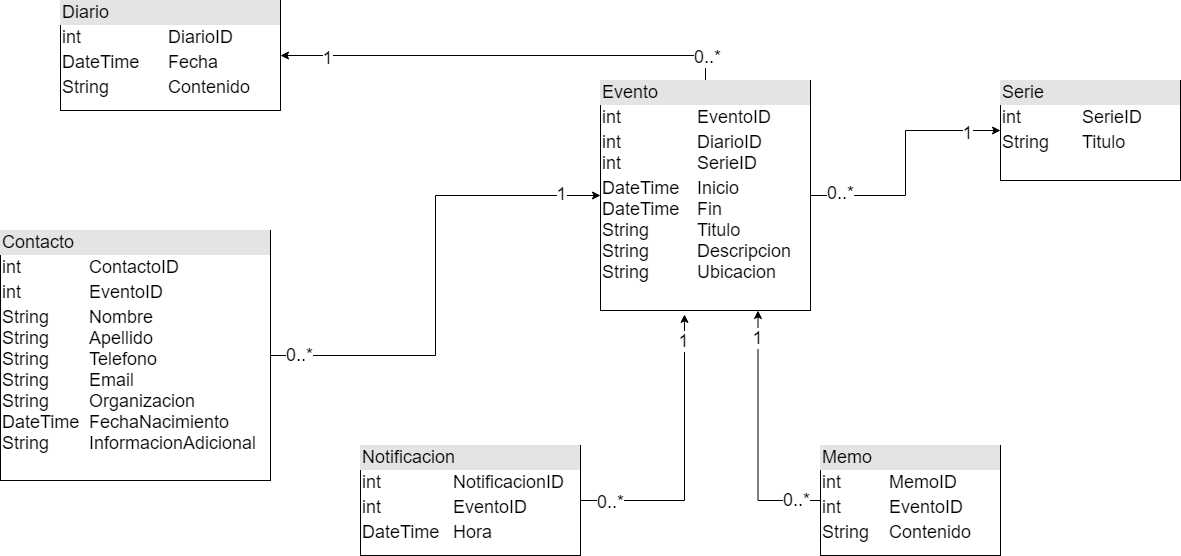
Earlier version of the draw.io export BD_Hiriart-Corales_v1.png (LuisCorales/personalschedule-mvc-dotnet). Source tidied: cells renumbered, new cells last; positions are measured from the earlier drawing's top-left corner, leaving out a move shared by most shapes.
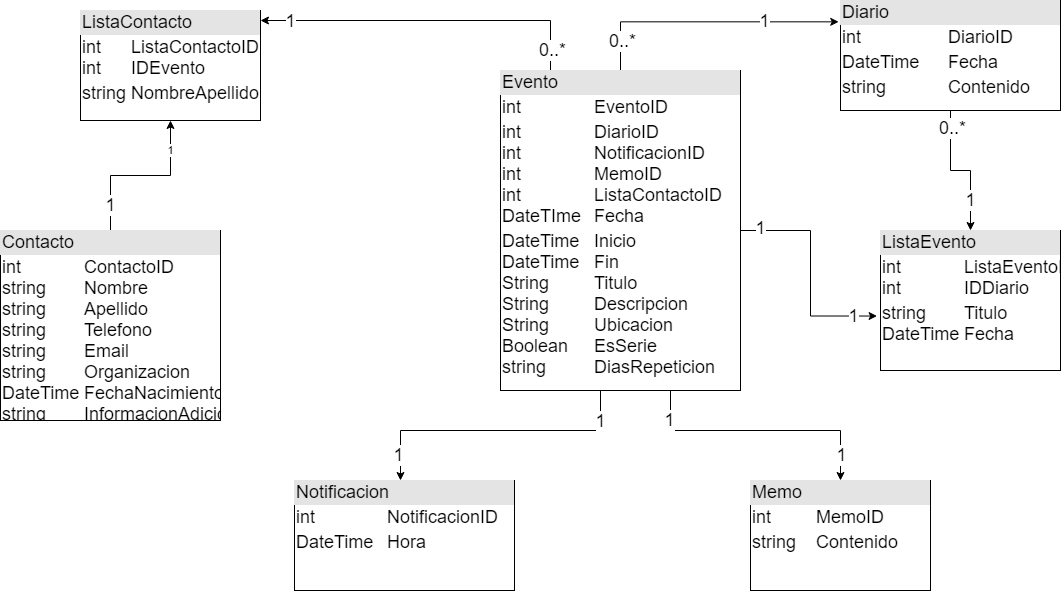
After the commit.

The edit, as a diff of the source:
```diff
@@ -2,72 +2,121 @@
   <root>
     <mxCell id="0" />
     <mxCell id="1" parent="0" />
-    <mxCell id="2" style="edgeStyle=orthogonalEdgeStyle;rounded=0;jettySize=auto;html=1;entryX=0;entryY=0.5;entryDx=0;entryDy=0;fontSize=18;" parent="1" edge="1" source="5" target="20">
-      <mxGeometry relative="1" as="geometry" />
-    </mxCell>
-    <mxCell id="3" value="0..*" style="edgeLabel;html=1;align=center;verticalAlign=middle;fontSize=18;" parent="2" vertex="1">
-      <mxGeometry x="-0.88" y="1" relative="1" as="geometry" />
-    </mxCell>
-    <mxCell id="4" value="1" style="edgeLabel;html=1;align=center;verticalAlign=middle;fontSize=18;" parent="2" vertex="1">
-      <mxGeometry x="0.84" y="2" relative="1" as="geometry" />
-    </mxCell>
-    <mxCell id="5" value="&lt;div style=&quot;box-sizing: border-box ; width: 100% ; background: #e4e4e4 ; padding: 2px&quot;&gt;Contacto&lt;/div&gt;&lt;table style=&quot;width: 100% ; font-size: 1em&quot; cellpadding=&quot;2&quot; cellspacing=&quot;0&quot;&gt;&lt;tbody&gt;&lt;tr&gt;&lt;td&gt;int&lt;/td&gt;&lt;td&gt;ContactoID&lt;/td&gt;&lt;/tr&gt;&lt;tr&gt;&lt;td&gt;int&lt;/td&gt;&lt;td&gt;EventoID&lt;/td&gt;&lt;/tr&gt;&lt;tr&gt;&lt;td&gt;String&lt;br&gt;String&lt;br&gt;String&lt;br&gt;String&lt;br&gt;String&lt;br&gt;DateTime&lt;br&gt;String&lt;/td&gt;&lt;td&gt;Nombre&lt;br&gt;Apellido&lt;br&gt;Telefono&lt;br&gt;Email&lt;br&gt;Organizacion&lt;br&gt;FechaNacimiento&lt;br&gt;InformacionAdicional&lt;/td&gt;&lt;/tr&gt;&lt;/tbody&gt;&lt;/table&gt;" style="verticalAlign=top;align=left;overflow=fill;html=1;fontSize=18;" parent="1" vertex="1">
-      <mxGeometry y="230" width="270" height="250" as="geometry" />
-    </mxCell>
-    <mxCell id="6" style="edgeStyle=orthogonalEdgeStyle;rounded=0;jettySize=auto;html=1;entryX=0.75;entryY=1;entryDx=0;entryDy=0;fontSize=18;" parent="1" edge="1" source="9" target="20">
-      <mxGeometry relative="1" as="geometry" />
-    </mxCell>
-    <mxCell id="7" value="0..*" style="edgeLabel;html=1;align=center;verticalAlign=middle;fontSize=18;" parent="6" vertex="1">
-      <mxGeometry x="-0.8" y="-1" relative="1" as="geometry" />
-    </mxCell>
-    <mxCell id="8" value="1" style="edgeLabel;html=1;align=center;verticalAlign=middle;fontSize=18;" parent="6" vertex="1">
-      <mxGeometry x="0.78" y="1" relative="1" as="geometry" />
-    </mxCell>
-    <mxCell id="9" value="&lt;div style=&quot;box-sizing: border-box ; width: 100% ; background: #e4e4e4 ; padding: 2px&quot;&gt;Memo&lt;/div&gt;&lt;table style=&quot;width: 100% ; font-size: 1em&quot; cellpadding=&quot;2&quot; cellspacing=&quot;0&quot;&gt;&lt;tbody&gt;&lt;tr&gt;&lt;td&gt;int&lt;/td&gt;&lt;td&gt;MemoID&lt;/td&gt;&lt;/tr&gt;&lt;tr&gt;&lt;td&gt;int&lt;/td&gt;&lt;td&gt;EventoID&lt;/td&gt;&lt;/tr&gt;&lt;tr&gt;&lt;td&gt;String&lt;/td&gt;&lt;td&gt;Contenido&lt;/td&gt;&lt;/tr&gt;&lt;/tbody&gt;&lt;/table&gt;" style="verticalAlign=top;align=left;overflow=fill;html=1;fontSize=18;" parent="1" vertex="1">
-      <mxGeometry x="820" y="445" width="180" height="110" as="geometry" />
+    <mxCell id="9" value="&lt;div style=&quot;box-sizing: border-box ; width: 100% ; background: #e4e4e4 ; padding: 2px&quot;&gt;Memo&lt;/div&gt;&lt;table style=&quot;width: 100% ; font-size: 1em&quot; cellpadding=&quot;2&quot; cellspacing=&quot;0&quot;&gt;&lt;tbody&gt;&lt;tr&gt;&lt;td&gt;int&lt;/td&gt;&lt;td&gt;MemoID&lt;/td&gt;&lt;/tr&gt;&lt;tr&gt;&lt;td&gt;string&lt;/td&gt;&lt;td&gt;Contenido&lt;/td&gt;&lt;/tr&gt;&lt;tr&gt;&lt;td&gt;&lt;br&gt;&lt;/td&gt;&lt;td&gt;&lt;br&gt;&lt;/td&gt;&lt;/tr&gt;&lt;/tbody&gt;&lt;/table&gt;" style="verticalAlign=top;align=left;overflow=fill;html=1;fontSize=18;" parent="1" vertex="1">
+      <mxGeometry x="820" y="470" width="180" height="110" as="geometry" />
     </mxCell>
-    <mxCell id="10" style="edgeStyle=orthogonalEdgeStyle;rounded=0;jettySize=auto;html=1;entryX=0.4;entryY=1.017;entryDx=0;entryDy=0;entryPerimeter=0;fontSize=18;" parent="1" edge="1" source="13" target="20">
-      <mxGeometry relative="1" as="geometry" />
-    </mxCell>
-    <mxCell id="11" value="0..*" style="edgeLabel;html=1;align=center;verticalAlign=middle;fontSize=18;" parent="10" vertex="1">
-      <mxGeometry x="-0.8" y="-1" relative="1" as="geometry" />
-    </mxCell>
-    <mxCell id="12" value="1" style="edgeLabel;html=1;align=center;verticalAlign=middle;fontSize=18;" parent="10" vertex="1">
-      <mxGeometry x="0.82" y="2" relative="1" as="geometry" />
-    </mxCell>
-    <mxCell id="13" value="&lt;div style=&quot;box-sizing: border-box ; width: 100% ; background: #e4e4e4 ; padding: 2px&quot;&gt;Notificacion&lt;/div&gt;&lt;table style=&quot;width: 100% ; font-size: 1em&quot; cellpadding=&quot;2&quot; cellspacing=&quot;0&quot;&gt;&lt;tbody&gt;&lt;tr&gt;&lt;td&gt;int&lt;/td&gt;&lt;td&gt;NotificacionID&lt;/td&gt;&lt;/tr&gt;&lt;tr&gt;&lt;td&gt;int&lt;/td&gt;&lt;td&gt;EventoID&lt;/td&gt;&lt;/tr&gt;&lt;tr&gt;&lt;td&gt;DateTime&lt;/td&gt;&lt;td&gt;Hora&lt;/td&gt;&lt;/tr&gt;&lt;/tbody&gt;&lt;/table&gt;" style="verticalAlign=top;align=left;overflow=fill;html=1;fontSize=18;" parent="1" vertex="1">
-      <mxGeometry x="360" y="445" width="220" height="110" as="geometry" />
+    <mxCell id="13" value="&lt;div style=&quot;box-sizing: border-box ; width: 100% ; background: #e4e4e4 ; padding: 2px&quot;&gt;Notificacion&lt;/div&gt;&lt;table style=&quot;width: 100% ; font-size: 1em&quot; cellpadding=&quot;2&quot; cellspacing=&quot;0&quot;&gt;&lt;tbody&gt;&lt;tr&gt;&lt;td&gt;int&lt;/td&gt;&lt;td&gt;NotificacionID&lt;/td&gt;&lt;/tr&gt;&lt;tr&gt;&lt;td&gt;DateTime&lt;/td&gt;&lt;td&gt;Hora&lt;/td&gt;&lt;/tr&gt;&lt;tr&gt;&lt;td&gt;&lt;br&gt;&lt;/td&gt;&lt;td&gt;&lt;br&gt;&lt;/td&gt;&lt;/tr&gt;&lt;/tbody&gt;&lt;/table&gt;" style="verticalAlign=top;align=left;overflow=fill;html=1;fontSize=18;" parent="1" vertex="1">
+      <mxGeometry x="364" y="470" width="220" height="110" as="geometry" />
     </mxCell>
+    <mxCell id="23" style="edgeStyle=orthogonalEdgeStyle;rounded=0;jettySize=auto;html=1;" parent="1" edge="1" source="20" target="13">
+      <mxGeometry relative="1" as="geometry">
+        <Array as="points">
+          <mxPoint x="670" y="420" />
+          <mxPoint x="470" y="420" />
+        </Array>
+      </mxGeometry>
+    </mxCell>
+    <mxCell id="24" value="1" style="edgeLabel;html=1;align=center;verticalAlign=middle;fontSize=18;" parent="23" vertex="1">
+      <mxGeometry x="-0.94" relative="1" as="geometry">
+        <mxPoint y="21" as="offset" />
+      </mxGeometry>
+    </mxCell>
+    <mxCell id="25" value="1" style="edgeLabel;html=1;align=center;verticalAlign=middle;fontSize=18;" parent="23" vertex="1">
+      <mxGeometry x="0.83" y="-2" relative="1" as="geometry" />
+    </mxCell>
+    <mxCell id="26" style="edgeStyle=orthogonalEdgeStyle;rounded=0;jettySize=auto;html=1;entryX=0.5;entryY=0;entryDx=0;entryDy=0;" parent="1" edge="1" source="20" target="9">
+      <mxGeometry relative="1" as="geometry">
+        <Array as="points">
+          <mxPoint x="740" y="420" />
+          <mxPoint x="910" y="420" />
+        </Array>
+      </mxGeometry>
+    </mxCell>
+    <mxCell id="27" value="1" style="edgeLabel;html=1;align=center;verticalAlign=middle;fontSize=18;" parent="26" vertex="1">
+      <mxGeometry x="-0.89" y="-1" relative="1" as="geometry">
+        <mxPoint y="15" as="offset" />
+      </mxGeometry>
+    </mxCell>
+    <mxCell id="28" value="1" style="edgeLabel;html=1;align=center;verticalAlign=middle;fontSize=18;" parent="26" vertex="1">
+      <mxGeometry x="0.8" y="1" relative="1" as="geometry" />
+    </mxCell>
+    <mxCell id="29" style="edgeStyle=orthogonalEdgeStyle;rounded=0;jettySize=auto;html=1;fontSize=18;" parent="1" edge="1" source="20" target="41">
+      <mxGeometry relative="1" as="geometry">
+        <Array as="points">
+          <mxPoint x="620" y="10" />
+        </Array>
+      </mxGeometry>
+    </mxCell>
+    <mxCell id="30" value="1" style="edgeLabel;html=1;align=center;verticalAlign=middle;fontSize=18;" parent="29" vertex="1">
+      <mxGeometry x="0.82" y="1" relative="1" as="geometry" />
+    </mxCell>
+    <mxCell id="31" value="0..*" style="edgeLabel;html=1;align=center;verticalAlign=middle;fontSize=18;" parent="29" vertex="1">
+      <mxGeometry x="-0.91" y="-2" relative="1" as="geometry">
+        <mxPoint y="-5" as="offset" />
+      </mxGeometry>
+    </mxCell>
+    <mxCell id="32" style="edgeStyle=orthogonalEdgeStyle;rounded=0;jettySize=auto;html=1;entryX=-0.019;entryY=0.611;entryDx=0;entryDy=0;entryPerimeter=0;fontSize=18;" parent="1" edge="1" source="20" target="40">
+      <mxGeometry relative="1" as="geometry" />
+    </mxCell>
+    <mxCell id="33" value="1" style="edgeLabel;html=1;align=center;verticalAlign=middle;fontSize=18;" parent="32" vertex="1">
+      <mxGeometry x="-0.83" y="2" relative="1" as="geometry" />
+    </mxCell>
+    <mxCell id="34" value="1" style="edgeLabel;html=1;align=center;verticalAlign=middle;fontSize=18;" parent="32" vertex="1">
+      <mxGeometry x="0.79" relative="1" as="geometry" />
+    </mxCell>
-    <mxCell id="14" style="edgeStyle=orthogonalEdgeStyle;rounded=0;jettySize=auto;html=1;entryX=1;entryY=0.5;entryDx=0;entryDy=0;fontSize=18;" parent="1" edge="1" source="20" target="21">
+    <mxCell id="14" style="edgeStyle=orthogonalEdgeStyle;rounded=0;jettySize=auto;html=1;entryX=-0.008;entryY=0.194;entryDx=0;entryDy=0;entryPerimeter=0;" parent="1" edge="1" source="20" target="21">
       <mxGeometry relative="1" as="geometry">
         <Array as="points">
-          <mxPoint x="705" y="55" />
+          <mxPoint x="690" y="11" />
         </Array>
       </mxGeometry>
     </mxCell>
-    <mxCell id="15" value="0..*" style="edgeLabel;html=1;align=center;verticalAlign=middle;fontSize=18;" parent="14" vertex="1">
-      <mxGeometry x="-0.89" y="-1" relative="1" as="geometry" />
-    </mxCell>
-    <mxCell id="16" value="1" style="edgeLabel;html=1;align=center;verticalAlign=middle;fontSize=18;" parent="14" vertex="1">
-      <mxGeometry x="0.8" y="2" relative="1" as="geometry" />
-    </mxCell>
-    <mxCell id="17" style="edgeStyle=orthogonalEdgeStyle;rounded=0;jettySize=auto;html=1;entryX=0;entryY=0.5;entryDx=0;entryDy=0;fontSize=18;" parent="1" edge="1" source="20" target="22">
-      <mxGeometry relative="1" as="geometry" />
-    </mxCell>
-    <mxCell id="18" value="0..*" style="edgeLabel;html=1;align=center;verticalAlign=middle;fontSize=18;" parent="17" vertex="1">
-      <mxGeometry x="-0.77" y="3" relative="1" as="geometry" />
-    </mxCell>
-    <mxCell id="19" value="1" style="edgeLabel;html=1;align=center;verticalAlign=middle;fontSize=18;" parent="17" vertex="1">
-      <mxGeometry x="0.73" y="-2" relative="1" as="geometry" />
-    </mxCell>
+    <mxCell id="35" value="&lt;font style=&quot;font-size: 18px&quot;&gt;0..*&lt;/font&gt;" style="edgeLabel;html=1;align=center;verticalAlign=middle;" parent="14" vertex="1">
+      <mxGeometry x="-0.87" y="-2" relative="1" as="geometry">
+        <mxPoint y="-13" as="offset" />
+      </mxGeometry>
+    </mxCell>
+    <mxCell id="36" value="&lt;font style=&quot;font-size: 18px&quot;&gt;1&lt;/font&gt;" style="edgeLabel;html=1;align=center;verticalAlign=middle;" parent="14" vertex="1">
+      <mxGeometry x="0.45" y="1" relative="1" as="geometry" />
+    </mxCell>
-    <mxCell id="20" value="&lt;div style=&quot;box-sizing: border-box ; width: 100% ; background: #e4e4e4 ; padding: 2px&quot;&gt;Evento&lt;/div&gt;&lt;table style=&quot;width: 100% ; font-size: 1em&quot; cellpadding=&quot;2&quot; cellspacing=&quot;0&quot;&gt;&lt;tbody&gt;&lt;tr&gt;&lt;td&gt;int&lt;/td&gt;&lt;td&gt;EventoID&lt;/td&gt;&lt;/tr&gt;&lt;tr&gt;&lt;td&gt;int&lt;br&gt;int&lt;/td&gt;&lt;td&gt;DiarioID&lt;br&gt;SerieID&lt;/td&gt;&lt;/tr&gt;&lt;tr&gt;&lt;td&gt;DateTime&lt;br&gt;DateTime&lt;br&gt;String&lt;br&gt;String&lt;br&gt;String&lt;br&gt;&lt;br&gt;&lt;/td&gt;&lt;td&gt;Inicio&lt;br&gt;Fin&lt;br&gt;Titulo&lt;br&gt;Descripcion&lt;br&gt;Ubicacion&lt;br&gt;&lt;br&gt;&lt;/td&gt;&lt;/tr&gt;&lt;/tbody&gt;&lt;/table&gt;" style="verticalAlign=top;align=left;overflow=fill;html=1;fontSize=18;" parent="1" vertex="1">
-      <mxGeometry x="600" y="80" width="210" height="230" as="geometry" />
+    <mxCell id="20" value="&lt;div style=&quot;box-sizing: border-box ; width: 100% ; background: #e4e4e4 ; padding: 2px&quot;&gt;Evento&lt;/div&gt;&lt;table style=&quot;width: 100% ; font-size: 1em&quot; cellpadding=&quot;2&quot; cellspacing=&quot;0&quot;&gt;&lt;tbody&gt;&lt;tr&gt;&lt;td&gt;int&lt;/td&gt;&lt;td&gt;EventoID&lt;/td&gt;&lt;/tr&gt;&lt;tr&gt;&lt;td&gt;int&lt;br&gt;int&lt;br&gt;int&lt;br&gt;int&lt;br&gt;DateTIme&lt;/td&gt;&lt;td&gt;DiarioID&lt;br&gt;NotificacionID&lt;br&gt;MemoID&lt;br&gt;ListaContactoID&lt;br&gt;Fecha&lt;/td&gt;&lt;/tr&gt;&lt;tr&gt;&lt;td&gt;DateTime&lt;br&gt;DateTime&lt;br&gt;String&lt;br&gt;String&lt;br&gt;String&lt;br&gt;Boolean&lt;br&gt;string&lt;br&gt;&lt;br&gt;&lt;/td&gt;&lt;td&gt;Inicio&lt;br&gt;Fin&lt;br&gt;Titulo&lt;br&gt;Descripcion&lt;br&gt;Ubicacion&lt;br&gt;EsSerie&lt;br&gt;DiasRepeticion&lt;br&gt;&lt;br&gt;&lt;/td&gt;&lt;/tr&gt;&lt;/tbody&gt;&lt;/table&gt;" style="verticalAlign=top;align=left;overflow=fill;html=1;fontSize=18;" parent="1" vertex="1">
+      <mxGeometry x="570" y="60" width="240" height="320" as="geometry" />
     </mxCell>
+    <mxCell id="37" style="edgeStyle=orthogonalEdgeStyle;rounded=0;jettySize=auto;html=1;entryX=0.5;entryY=0;entryDx=0;entryDy=0;fontSize=18;" parent="1" edge="1" source="21" target="40">
+      <mxGeometry relative="1" as="geometry" />
+    </mxCell>
+    <mxCell id="38" value="0..*" style="edgeLabel;html=1;align=center;verticalAlign=middle;fontSize=18;" parent="37" vertex="1">
+      <mxGeometry x="-0.75" y="2" relative="1" as="geometry" />
+    </mxCell>
+    <mxCell id="39" value="1" style="edgeLabel;html=1;align=center;verticalAlign=middle;fontSize=18;" parent="37" vertex="1">
+      <mxGeometry x="0.44" relative="1" as="geometry">
+        <mxPoint y="9" as="offset" />
+      </mxGeometry>
+    </mxCell>
-    <mxCell id="21" value="&lt;div style=&quot;box-sizing: border-box ; width: 100% ; background: #e4e4e4 ; padding: 2px&quot;&gt;Diario&lt;/div&gt;&lt;table style=&quot;width: 100% ; font-size: 1em&quot; cellpadding=&quot;2&quot; cellspacing=&quot;0&quot;&gt;&lt;tbody&gt;&lt;tr&gt;&lt;td&gt;int&lt;/td&gt;&lt;td&gt;DiarioID&lt;/td&gt;&lt;/tr&gt;&lt;tr&gt;&lt;td&gt;DateTime&lt;/td&gt;&lt;td&gt;Fecha&lt;/td&gt;&lt;/tr&gt;&lt;tr&gt;&lt;td&gt;String&lt;/td&gt;&lt;td&gt;Contenido&lt;/td&gt;&lt;/tr&gt;&lt;/tbody&gt;&lt;/table&gt;" style="verticalAlign=top;align=left;overflow=fill;html=1;fontSize=18;" parent="1" vertex="1">
-      <mxGeometry x="60" width="220" height="110" as="geometry" />
+    <mxCell id="21" value="&lt;div style=&quot;box-sizing: border-box ; width: 100% ; background: #e4e4e4 ; padding: 2px&quot;&gt;Diario&lt;/div&gt;&lt;table style=&quot;width: 100% ; font-size: 1em&quot; cellpadding=&quot;2&quot; cellspacing=&quot;0&quot;&gt;&lt;tbody&gt;&lt;tr&gt;&lt;td&gt;int&lt;/td&gt;&lt;td&gt;DiarioID&lt;/td&gt;&lt;/tr&gt;&lt;tr&gt;&lt;td&gt;DateTime&lt;/td&gt;&lt;td&gt;Fecha&lt;/td&gt;&lt;/tr&gt;&lt;tr&gt;&lt;td&gt;string&lt;/td&gt;&lt;td&gt;Contenido&lt;/td&gt;&lt;/tr&gt;&lt;/tbody&gt;&lt;/table&gt;" style="verticalAlign=top;align=left;overflow=fill;html=1;fontSize=18;" parent="1" vertex="1">
+      <mxGeometry x="910" y="-10" width="220" height="110" as="geometry" />
     </mxCell>
-    <mxCell id="22" value="&lt;div style=&quot;box-sizing: border-box ; width: 100% ; background: #e4e4e4 ; padding: 2px&quot;&gt;Serie&lt;/div&gt;&lt;table style=&quot;width: 100% ; font-size: 1em&quot; cellpadding=&quot;2&quot; cellspacing=&quot;0&quot;&gt;&lt;tbody&gt;&lt;tr&gt;&lt;td&gt;int&lt;/td&gt;&lt;td&gt;SerieID&lt;/td&gt;&lt;/tr&gt;&lt;tr&gt;&lt;td&gt;String&lt;/td&gt;&lt;td&gt;Titulo&lt;/td&gt;&lt;/tr&gt;&lt;tr&gt;&lt;td&gt;&lt;/td&gt;&lt;td&gt;&lt;br&gt;&lt;/td&gt;&lt;/tr&gt;&lt;/tbody&gt;&lt;/table&gt;" style="verticalAlign=top;align=left;overflow=fill;html=1;fontSize=18;" parent="1" vertex="1">
-      <mxGeometry x="1000" y="80" width="180" height="100" as="geometry" />
-    </mxCell>
+    <mxCell id="40" value="&lt;div style=&quot;box-sizing: border-box ; width: 100% ; background: #e4e4e4 ; padding: 2px&quot;&gt;ListaEvento&lt;/div&gt;&lt;table style=&quot;width: 100% ; font-size: 1em&quot; cellpadding=&quot;2&quot; cellspacing=&quot;0&quot;&gt;&lt;tbody&gt;&lt;tr&gt;&lt;td&gt;int&lt;br&gt;int&lt;/td&gt;&lt;td&gt;ListaEventoID&lt;br&gt;IDDiario&lt;/td&gt;&lt;/tr&gt;&lt;tr&gt;&lt;td&gt;string&lt;br&gt;DateTime&lt;/td&gt;&lt;td&gt;Titulo&lt;br&gt;Fecha&lt;/td&gt;&lt;/tr&gt;&lt;tr&gt;&lt;td&gt;&lt;/td&gt;&lt;td&gt;&lt;br&gt;&lt;/td&gt;&lt;/tr&gt;&lt;/tbody&gt;&lt;/table&gt;" style="verticalAlign=top;align=left;overflow=fill;html=1;fontSize=18;" parent="1" vertex="1">
+      <mxGeometry x="950" y="220" width="180" height="140" as="geometry" />
+    </mxCell>
+    <mxCell id="41" value="&lt;div style=&quot;box-sizing: border-box ; width: 100% ; background: #e4e4e4 ; padding: 2px&quot;&gt;ListaContacto&lt;/div&gt;&lt;table style=&quot;width: 100% ; font-size: 1em&quot; cellpadding=&quot;2&quot; cellspacing=&quot;0&quot;&gt;&lt;tbody&gt;&lt;tr&gt;&lt;td&gt;int&lt;br&gt;int&lt;/td&gt;&lt;td&gt;ListaContactoID&lt;br&gt;IDEvento&lt;/td&gt;&lt;/tr&gt;&lt;tr&gt;&lt;td&gt;string&lt;/td&gt;&lt;td&gt;NombreApellido&lt;/td&gt;&lt;/tr&gt;&lt;tr&gt;&lt;td&gt;&lt;/td&gt;&lt;td&gt;&lt;br&gt;&lt;/td&gt;&lt;/tr&gt;&lt;/tbody&gt;&lt;/table&gt;" style="verticalAlign=top;align=left;overflow=fill;html=1;fontSize=18;" parent="1" vertex="1">
+      <mxGeometry x="150" width="180" height="110" as="geometry" />
+    </mxCell>
+    <mxCell id="42" style="edgeStyle=orthogonalEdgeStyle;rounded=0;jettySize=auto;html=1;entryX=0.5;entryY=1;entryDx=0;entryDy=0;" parent="1" edge="1" source="45" target="41">
+      <mxGeometry relative="1" as="geometry" />
+    </mxCell>
+    <mxCell id="43" value="&lt;span style=&quot;font-size: 18px&quot;&gt;1&lt;/span&gt;" style="edgeLabel;html=1;align=center;verticalAlign=middle;" parent="42" vertex="1">
+      <mxGeometry x="-0.82" y="3" relative="1" as="geometry">
+        <mxPoint x="3" y="-10" as="offset" />
+      </mxGeometry>
+    </mxCell>
+    <mxCell id="44" value="1" style="edgeLabel;html=1;align=center;verticalAlign=middle;" parent="42" vertex="1">
+      <mxGeometry x="0.57" relative="1" as="geometry">
+        <mxPoint y="-7" as="offset" />
+      </mxGeometry>
+    </mxCell>
+    <mxCell id="45" value="&lt;div style=&quot;box-sizing: border-box ; width: 100% ; background: #e4e4e4 ; padding: 2px&quot;&gt;Contacto&lt;/div&gt;&lt;table style=&quot;width: 100% ; font-size: 1em&quot; cellpadding=&quot;2&quot; cellspacing=&quot;0&quot;&gt;&lt;tbody&gt;&lt;tr&gt;&lt;td&gt;int&lt;br&gt;string&lt;br&gt;string&lt;br&gt;string&lt;br&gt;string&lt;br&gt;string&lt;br&gt;DateTime&lt;br&gt;string&lt;/td&gt;&lt;td&gt;ContactoID&lt;br&gt;Nombre&lt;br&gt;Apellido&lt;br&gt;Telefono&lt;br&gt;Email&lt;br&gt;Organizacion&lt;br&gt;FechaNacimiento&lt;br&gt;InformacionAdicional&lt;/td&gt;&lt;/tr&gt;&lt;tr&gt;&lt;td&gt;&lt;br&gt;&lt;/td&gt;&lt;td&gt;&lt;br&gt;&lt;/td&gt;&lt;/tr&gt;&lt;tr&gt;&lt;td&gt;&lt;br&gt;&lt;/td&gt;&lt;td&gt;&lt;br&gt;&lt;/td&gt;&lt;/tr&gt;&lt;/tbody&gt;&lt;/table&gt;" style="verticalAlign=top;align=left;overflow=fill;html=1;fontSize=18;" parent="1" vertex="1">
+      <mxGeometry x="70" y="220" width="220" height="190" as="geometry" />
+    </mxCell>
   </root>
 </mxGraphModel>
```
